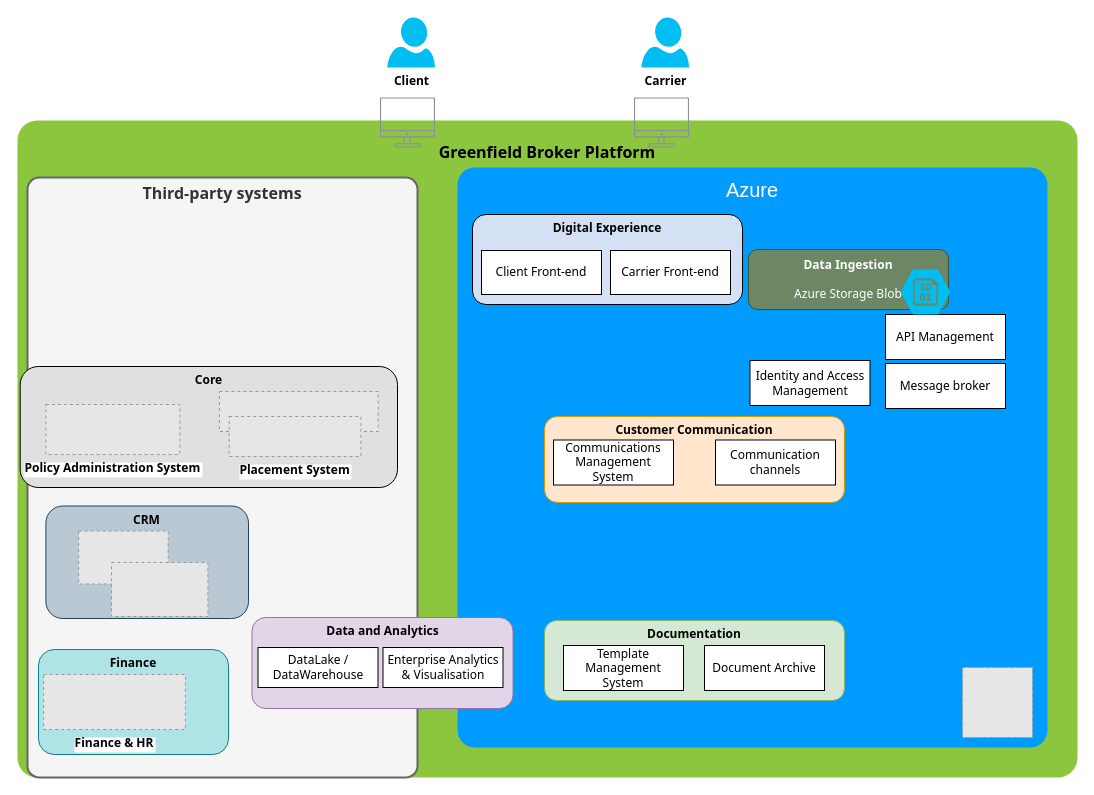
Above: page "Page-3" (3 of 3) of Untitled Diagram.drawio in michaelmorar/diagrams (draw.io), before the change. Source tidied: cells renumbered, new cells numbered last; positions are measured from the earlier drawing's top-left corner, leaving out a move shared by most shapes. Both pictures are drawn from the tidied source at 100%, with x=0, y=0 at pixel (17, 17). Pictures stored in the file or linked from it are replaced by grey dashed boxes.
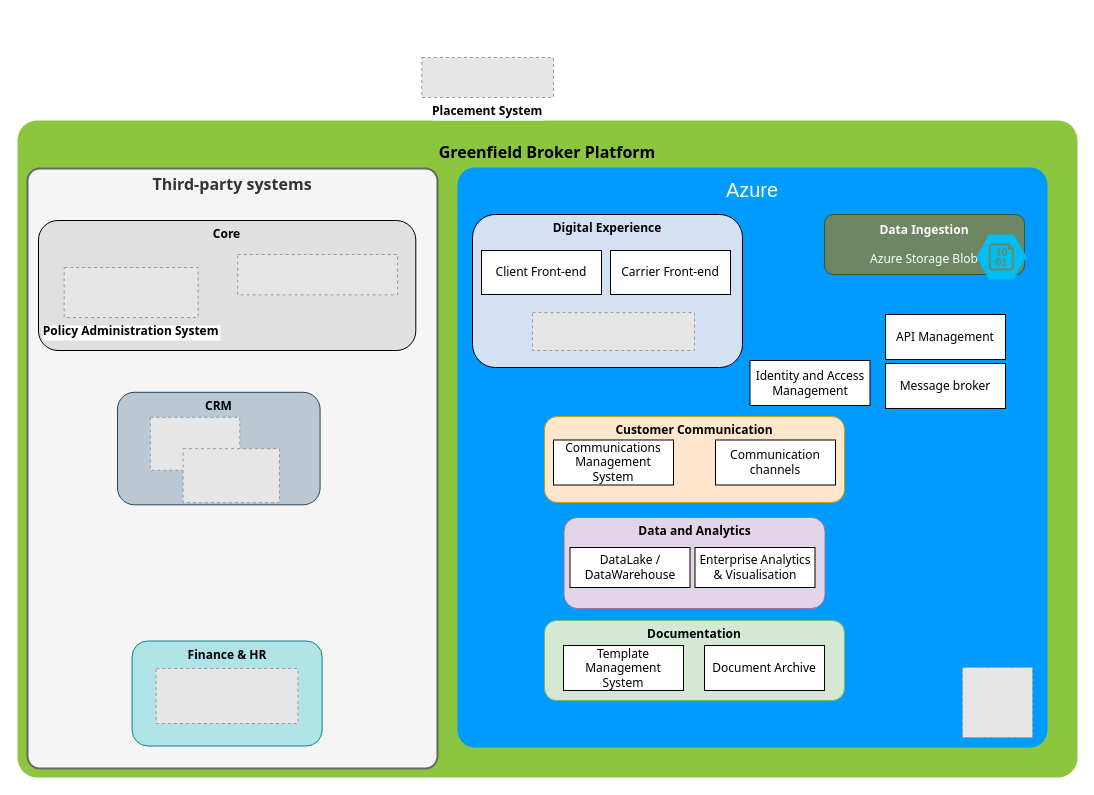
The same page after the edit.

The edit, as a diff of the source:
```diff
@@
-    <mxCell id="4" value="&lt;font face=&quot;Tahoma&quot;&gt;&lt;b&gt;Client&lt;/b&gt;&lt;/font&gt;" style="verticalLabelPosition=bottom;html=1;verticalAlign=top;align=center;strokeColor=none;fillColor=#00BEF2;shape=mxgraph.azure.user;" parent="1" vertex="1">
-      <mxGeometry x="369.9" width="47.5" height="50" as="geometry" />
-    </mxCell>
-    <mxCell id="5" value="Carrier" style="verticalLabelPosition=bottom;html=1;verticalAlign=top;align=center;strokeColor=none;fillColor=#00BEF2;shape=mxgraph.azure.user;fontFamily=Tahoma;fontStyle=1;" parent="1" vertex="1">
-      <mxGeometry x="624" width="47.5" height="50" as="geometry" />
-    </mxCell>
-    <mxCell id="6" style="sketch=0;gradientColor=none;fontColor=#545B64;strokeColor=none;fillColor=#879196;dashed=0;verticalLabelPosition=bottom;verticalAlign=top;align=center;html=1;fontSize=12;fontStyle=0;shape=mxgraph.aws4.illustration_desktop;" parent="1" vertex="1">
-      <mxGeometry x="362.5" y="80" width="55" height="50" as="geometry" />
-    </mxCell>
-    <mxCell id="7" style="sketch=0;gradientColor=none;fontColor=#545B64;strokeColor=none;fillColor=#879196;dashed=0;verticalLabelPosition=bottom;verticalAlign=top;align=center;html=1;fontSize=12;fontStyle=0;shape=mxgraph.aws4.illustration_desktop;" parent="1" vertex="1">
-      <mxGeometry x="616.5" y="80" width="55" height="50" as="geometry" />
-    </mxCell>
     <mxCell id="8" value="Third-party systems" style="rounded=1;whiteSpace=wrap;html=1;shadow=0;strokeWidth=2;fillColor=#f5f5f5;fontSize=16;fontColor=#333333;align=center;strokeColor=#666666;arcSize=3;verticalAlign=top;fontFamily=Tahoma;fontStyle=1;" parent="1" vertex="1">
-      <mxGeometry x="10" y="160" width="390" height="600" as="geometry" />
+      <mxGeometry x="10" y="151" width="410" height="600" as="geometry" />
     </mxCell>
     <mxCell id="9" value="Data and Analytics" style="rounded=1;whiteSpace=wrap;html=1;fontStyle=1;fontFamily=Tahoma;align=center;verticalAlign=top;fillColor=#e1d5e7;strokeColor=#9673a6;" parent="1" vertex="1">
-      <mxGeometry x="234.5" y="600" width="261" height="91" as="geometry" />
+      <mxGeometry x="546.5" y="500" width="261" height="91" as="geometry" />
     </mxCell>
@@
     <mxCell id="12" value="DataLake / DataWarehouse" style="rounded=0;whiteSpace=wrap;html=1;fontFamily=Tahoma;fontStyle=0;" parent="1" vertex="1">
-      <mxGeometry x="240.5" y="630" width="120" height="40" as="geometry" />
+      <mxGeometry x="552.5" y="530" width="120" height="40" as="geometry" />
     </mxCell>
@@
     <mxCell id="17" value="Enterprise Analytics &amp;amp; Visualisation" style="rounded=0;whiteSpace=wrap;html=1;fontFamily=Tahoma;fontStyle=0;" parent="1" vertex="1">
-      <mxGeometry x="365.5" y="630" width="120" height="40" as="geometry" />
+      <mxGeometry x="677.5" y="530" width="120" height="40" as="geometry" />
     </mxCell>
@@
     <mxCell id="21" value="&lt;b&gt;Data Ingestion&lt;/b&gt;&lt;div&gt;&lt;br&gt;&lt;/div&gt;Azure Storage Blob" style="rounded=1;whiteSpace=wrap;html=1;verticalAlign=middle;align=center;fontFamily=Tahoma;fillColor=#6d8764;fontStyle=0;strokeColor=#3A5431;fontColor=#ffffff;" parent="1" vertex="1">
-      <mxGeometry x="731" y="232" width="200" height="60" as="geometry" />
+      <mxGeometry x="807" y="197" width="200" height="60" as="geometry" />
     </mxCell>
@@
     <mxCell id="23" style="verticalLabelPosition=bottom;html=1;verticalAlign=top;align=center;strokeColor=none;fillColor=#00BEF2;shape=mxgraph.azure.storage_blob;" parent="1" vertex="1">
-      <mxGeometry x="883" y="252" width="50" height="45" as="geometry" />
+      <mxGeometry x="959" y="217" width="50" height="45" as="geometry" />
     </mxCell>
     <mxCell id="24" value="&lt;b&gt;Core&lt;/b&gt;" style="rounded=1;whiteSpace=wrap;html=1;fontStyle=0;fontFamily=Tahoma;align=center;verticalAlign=top;fillColor=#E0E0E0;" parent="1" vertex="1">
-      <mxGeometry x="2.7" y="349" width="377.3" height="121" as="geometry" />
+      <mxGeometry x="21" y="203" width="377.3" height="130" as="geometry" />
     </mxCell>
     <mxCell id="25" value="Policy Administration System" style="fillColor=#E6E6E6;strokeColor=#999999;dashed=1;verticalLabelPosition=bottom;labelBackgroundColor=default;verticalAlign=top;fontStyle=1;fontFamily=Tahoma;" parent="1" vertex="1">
-      <mxGeometry x="28.4" y="387" width="133.9" height="50" as="geometry" />
+      <mxGeometry x="46.7" y="250" width="133.9" height="50" as="geometry" />
     </mxCell>
-    <mxCell id="26" value="&lt;b&gt;Finance&lt;/b&gt;" style="rounded=1;whiteSpace=wrap;html=1;fontStyle=0;fontFamily=Tahoma;align=center;verticalAlign=top;fillColor=#b0e3e6;strokeColor=#0e8088;" parent="1" vertex="1">
-      <mxGeometry x="21" y="632" width="190" height="105" as="geometry" />
+    <mxCell id="26" value="&lt;b&gt;Finance &amp;amp; HR&lt;/b&gt;" style="rounded=1;whiteSpace=wrap;html=1;fontStyle=0;fontFamily=Tahoma;align=center;verticalAlign=top;fillColor=#b0e3e6;strokeColor=#0e8088;" parent="1" vertex="1">
+      <mxGeometry x="114.6" y="623.5" width="190" height="105" as="geometry" />
     </mxCell>
-    <mxCell id="27" value="Finance &amp; HR" style="fillColor=#E6E6E6;strokeColor=#999999;dashed=1;verticalLabelPosition=bottom;labelBackgroundColor=default;verticalAlign=top;fontStyle=1;fontFamily=Tahoma;" parent="1" vertex="1">
-      <mxGeometry x="26.1" y="657" width="141.8" height="55" as="geometry" />
+    <mxCell id="27" style="fillColor=#E6E6E6;strokeColor=#999999;dashed=1;verticalLabelPosition=bottom;labelBackgroundColor=default;verticalAlign=top;fontStyle=1;fontFamily=Tahoma;" parent="1" vertex="1">
+      <mxGeometry x="138.7" y="651" width="141.8" height="55" as="geometry" />
     </mxCell>
     <mxCell id="28" value="&lt;b&gt;CRM&lt;/b&gt;" style="rounded=1;whiteSpace=wrap;html=1;verticalAlign=top;align=center;fontFamily=Tahoma;fillColor=#bac8d3;fontStyle=0;strokeColor=#23445d;" parent="1" vertex="1">
-      <mxGeometry x="28.4" y="488.5" width="202.6" height="112.5" as="geometry" />
+      <mxGeometry x="100" y="374.8" width="202.6" height="112.5" as="geometry" />
     </mxCell>
     <mxCell id="29" style="fillColor=#E6E6E6;strokeColor=#999999;dashed=1;verticalLabelPosition=bottom;labelBackgroundColor=default;verticalAlign=top;" parent="1" vertex="1">
-      <mxGeometry x="61.2" y="513.5" width="89.5" height="53" as="geometry" />
+      <mxGeometry x="132.8" y="399.8" width="89.5" height="53" as="geometry" />
     </mxCell>
     <mxCell id="30" style="fillColor=#E6E6E6;strokeColor=#999999;dashed=1;verticalLabelPosition=bottom;labelBackgroundColor=default;verticalAlign=top;align=left;fontFamily=Tahoma;fontStyle=1;" parent="1" vertex="1">
-      <mxGeometry x="94" y="545" width="96.4" height="54" as="geometry" />
+      <mxGeometry x="165.6" y="431.2" width="96.4" height="54" as="geometry" />
     </mxCell>
     <mxCell id="31" style="fillColor=#E6E6E6;strokeColor=#999999;dashed=1;verticalLabelPosition=bottom;labelBackgroundColor=default;verticalAlign=top;" parent="1" vertex="1">
-      <mxGeometry x="201.9" y="374" width="158.8" height="40" as="geometry" />
+      <mxGeometry x="220.2" y="237" width="159.8" height="40.3" as="geometry" />
     </mxCell>
     <mxCell id="32" value="Placement System" style="fillColor=#E6E6E6;strokeColor=#999999;dashed=1;verticalLabelPosition=bottom;labelBackgroundColor=default;verticalAlign=top;fontFamily=Tahoma;fontStyle=1;" parent="1" vertex="1">
-      <mxGeometry x="211.7" y="399" width="131.7" height="40" as="geometry" />
+      <mxGeometry x="404.3" y="40" width="131.7" height="40" as="geometry" />
     </mxCell>
     <mxCell id="33" value="&lt;b&gt;Digital Experience&lt;/b&gt;" style="rounded=1;whiteSpace=wrap;html=1;verticalAlign=top;align=center;fontFamily=Tahoma;fillColor=#D4E1F5;fontStyle=0;" parent="1" vertex="1">
-      <mxGeometry x="455" y="197" width="270" height="90" as="geometry" />
+      <mxGeometry x="455" y="197" width="270" height="153" as="geometry" />
     </mxCell>
@@
+    <mxCell id="36" style="fillColor=#E6E6E6;strokeColor=#999999;dashed=1;verticalLabelPosition=bottom;labelBackgroundColor=default;verticalAlign=top;" parent="1" vertex="1">
+      <mxGeometry x="515" y="295.1" width="162" height="37.9" as="geometry" />
+    </mxCell>
```
